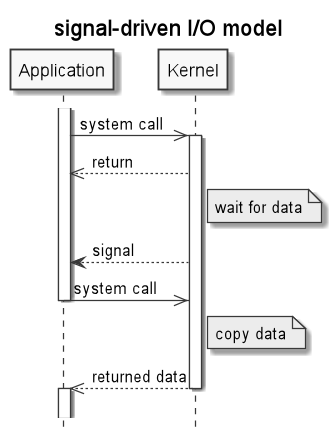
This is .images/signal_driven_IO_model.png from c0p4c4b4n4/demo-sockets-io-nio-nio2, a PlantUML export, as it was before one commit. The source it was exported from:
```plantuml
@startuml
title signal-driven I/O model
hide footbox
skinparam monochrome true
activate Application
Application->>Kernel: system call
activate Kernel
Kernel-->>Application: return
Note right of Kernel: wait for data
Kernel-->Application: signal
Application->>Kernel: system call
deactivate Application
Note right of Kernel: copy data
Kernel-->>Application: returned data
deactivate Kernel
activate Application
||15||
@enduml
```
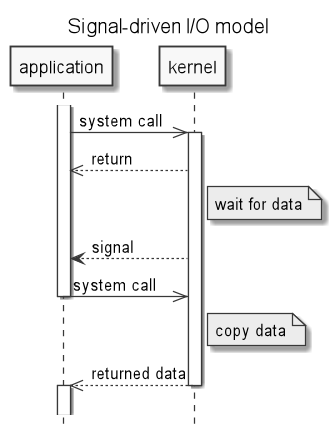
The same diagram one commit later.

Diff of the diagram source:
```diff
@@ -1,18 +1,19 @@
 @startuml
-title signal-driven I/O model
+title Signal-driven I/O model
 hide footbox
 skinparam monochrome true
-activate Application
-Application->>Kernel: system call
-activate Kernel
-Kernel-->>Application: return
-Note right of Kernel: wait for data
-Kernel-->Application: signal
-Application->>Kernel: system call
-deactivate Application
-Note right of Kernel: copy data
-Kernel-->>Application: returned data
-deactivate Kernel
-activate Application
+skinparam titleFontSize 16
+activate application
+application->>kernel: system call
+activate kernel
+kernel-->>application: return
+Note right of kernel: wait for data
+kernel-->application: signal
+application->>kernel: system call
+deactivate application
+Note right of kernel: copy data
+kernel-->>application: returned data
+deactivate kernel
+activate application
 ||15||
 @enduml
```
